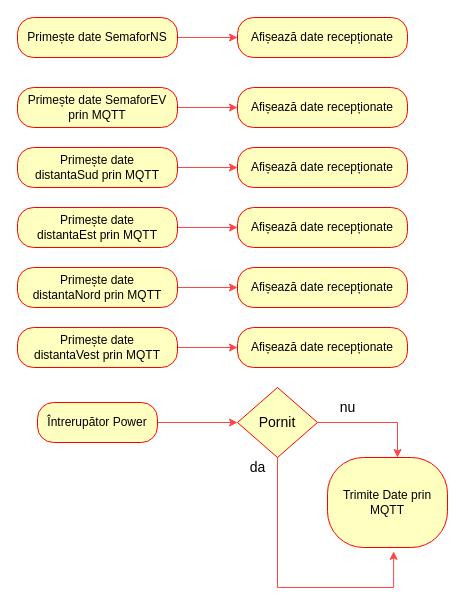
Earlier version of the draw.io diagram Flow2.drawio (rqb3rt/licenta). Source tidied: cells renumbered, new cells numbered last; positions are measured from the earlier drawing's top-left corner, leaving out a move shared by most shapes. Both pictures are drawn from the tidied source at 100%, with x=0, y=0 at pixel (17, 17).
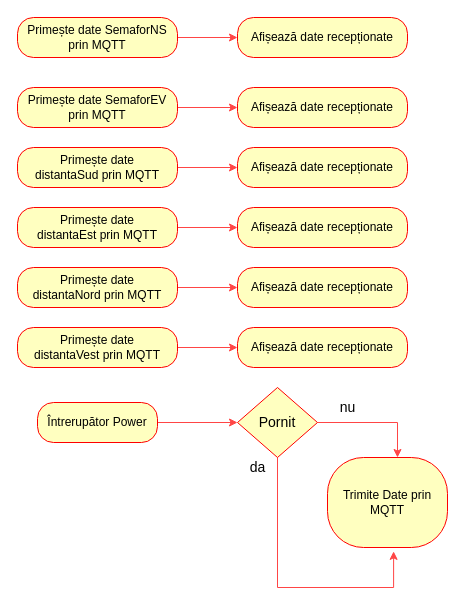
The same page after the edit.

Commit message (it also covers changes not shown here):
Final Flow and Remote Flow

Change to the diagram source:
```diff
@@
-    <mxCell id="3" value="Primește date SemaforNS" style="rounded=1;whiteSpace=wrap;html=1;arcSize=40;fontColor=#000000;fillColor=#ffffc0;strokeColor=#ff0000;" parent="1" vertex="1">
+    <mxCell id="3" value="Primește date SemaforNS prin MQTT" style="rounded=1;whiteSpace=wrap;html=1;arcSize=40;fontColor=#000000;fillColor=#ffffc0;strokeColor=#ff0000;" parent="1" vertex="1">
       <mxGeometry width="160" height="40" as="geometry" />
     </mxCell>
```
